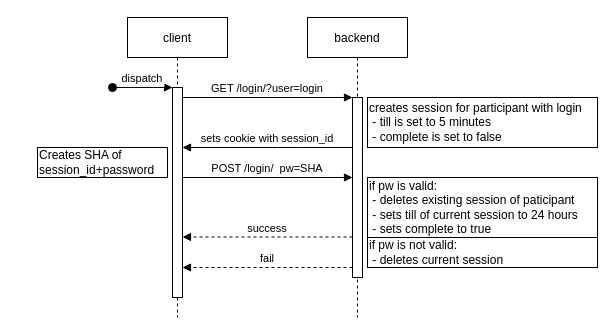
This is docs/login_sequence.drawio from nils-ost/LanPartyOnboardingSystem, a draw.io file, before an edit. Source tidied: cells renumbered, new cells numbered last; positions are measured from the earlier drawing's top-left corner, leaving out a move shared by most shapes. Both pictures are drawn from the tidied source at 100%, with x=0, y=0 at pixel (37, 17).
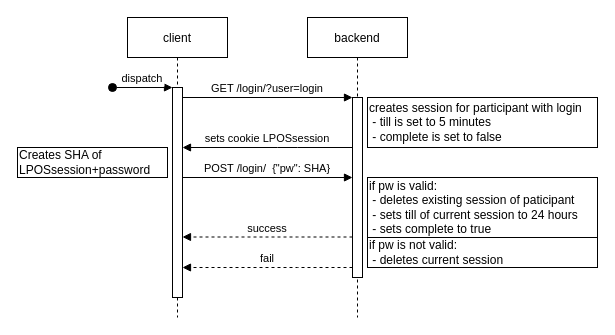
The same diagram, later.

Commit message (it also covers changes not shown here):
login endpoint is functional

Unchanged cells that the change refers to:
```xml
<mxCell id="3" style="points=[];perimeter=orthogonalPerimeter;rounded=0;shadow=0;strokeWidth=1;" parent="2" vertex="1">
  <mxGeometry x="45" y="70" width="10" height="210" as="geometry" />
</mxCell>
<mxCell id="6" style="points=[];perimeter=orthogonalPerimeter;rounded=0;shadow=0;strokeWidth=1;" parent="5" vertex="1">
  <mxGeometry x="45" y="80" width="10" height="180" as="geometry" />
</mxCell>
```

Diff of the diagram source:
```diff
@@
-    <mxCell id="8" value="sets cookie with session_id" style="verticalAlign=bottom;endArrow=block;shadow=0;strokeWidth=1;" parent="1" edge="1" source="6" target="3">
+    <mxCell id="8" value="sets cookie LPOSsession" style="verticalAlign=bottom;endArrow=block;shadow=0;strokeWidth=1;" parent="1" edge="1" source="6" target="3">
       <mxGeometry relative="1" as="geometry">
         <Array as="points">
           <mxPoint x="250" y="130" />
         </Array>
       </mxGeometry>
     </mxCell>
@@
-    <mxCell id="10" value="Creates SHA of&lt;br&gt;session_id+password" style="rounded=0;whiteSpace=wrap;html=1;align=left;" parent="1" vertex="1">
-      <mxGeometry y="130" width="130" height="30" as="geometry" />
+    <mxCell id="10" value="Creates SHA of&lt;br&gt;LPOSsession+password" style="rounded=0;whiteSpace=wrap;html=1;align=left;" parent="1" vertex="1">
+      <mxGeometry x="-20" y="130" width="150" height="30" as="geometry" />
     </mxCell>
-    <mxCell id="11" value="POST /login/  pw=SHA" style="verticalAlign=bottom;endArrow=block;entryX=0;entryY=0;shadow=0;strokeWidth=1;" parent="1" edge="1">
+    <mxCell id="11" value="POST /login/  {&quot;pw&quot;: SHA}" style="verticalAlign=bottom;endArrow=block;entryX=0;entryY=0;shadow=0;strokeWidth=1;" parent="1" edge="1">
       <mxGeometry relative="1" as="geometry">
         <mxPoint x="145" y="160" as="sourcePoint" />
         <mxPoint x="315" y="160" as="targetPoint" />
       </mxGeometry>
     </mxCell>
```
